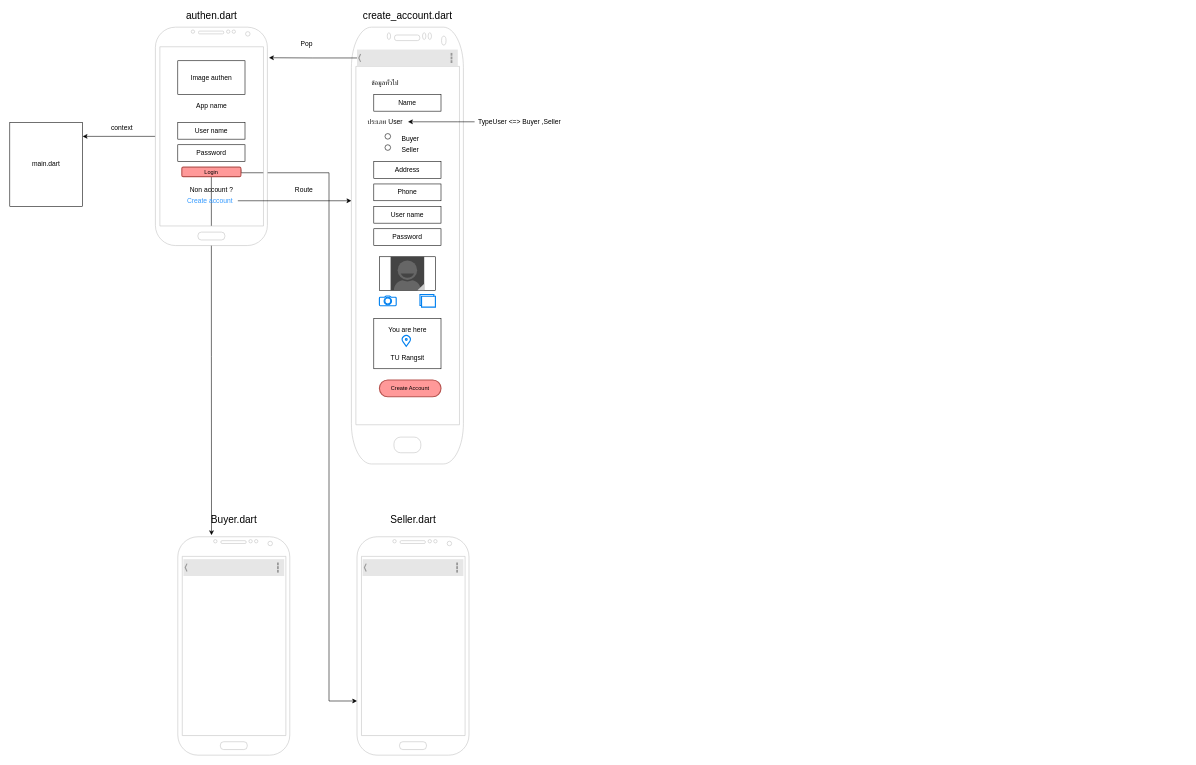
Before: myfirstpro.drawio in 648253/tu2hand, a draw.io diagram. Source tidied: cells renumbered, new cells numbered last; positions are measured from the earlier drawing's top-left corner, leaving out a move shared by most shapes. Both pictures are drawn from the tidied source at 56%, with x=0, y=0 at pixel (10, 10).
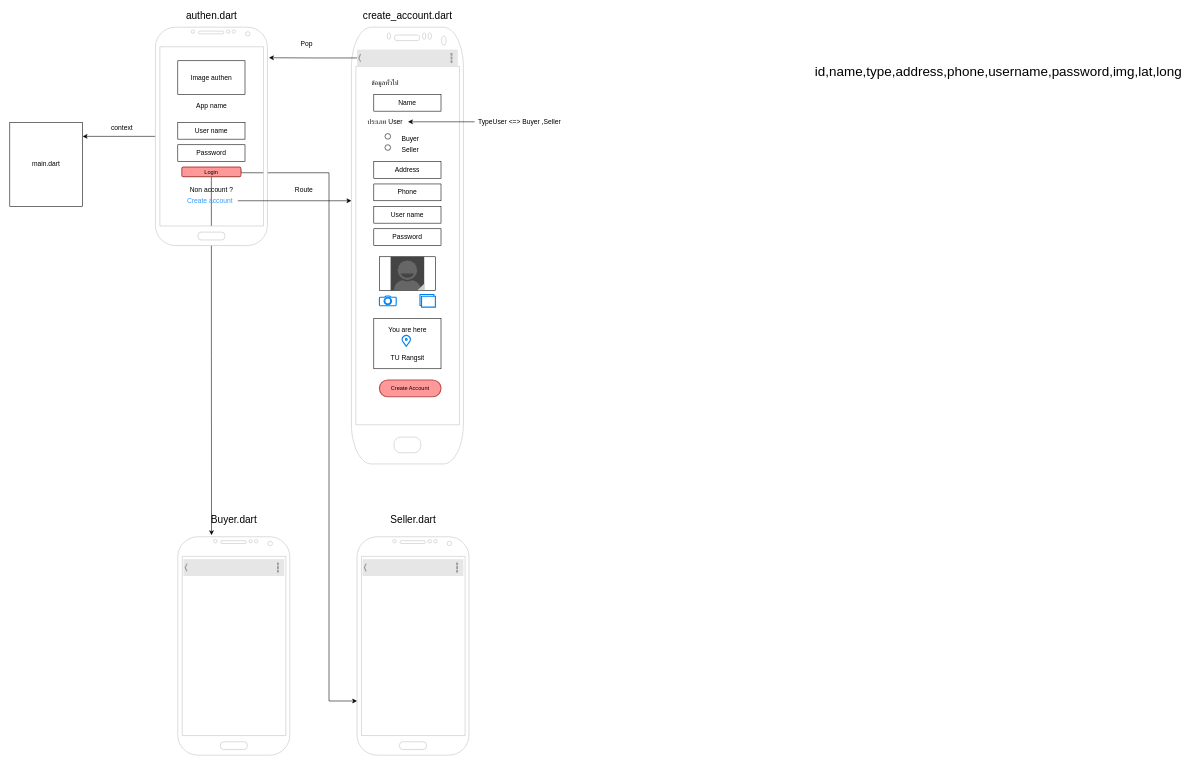
Above is the later version.

Diff of the diagram source:
```diff
@@
+    <mxCell id="52" value="&lt;font style=&quot;font-size: 24px&quot;&gt;id,name,type,address,phone,username,password,img,lat,long&lt;/font&gt;" style="text;html=1;align=center;verticalAlign=middle;strokeColor=none;fillColor=none;" parent="1" vertex="1">
+      <mxGeometry x="1430" y="100" width="670" height="20" as="geometry" />
+    </mxCell>
```
